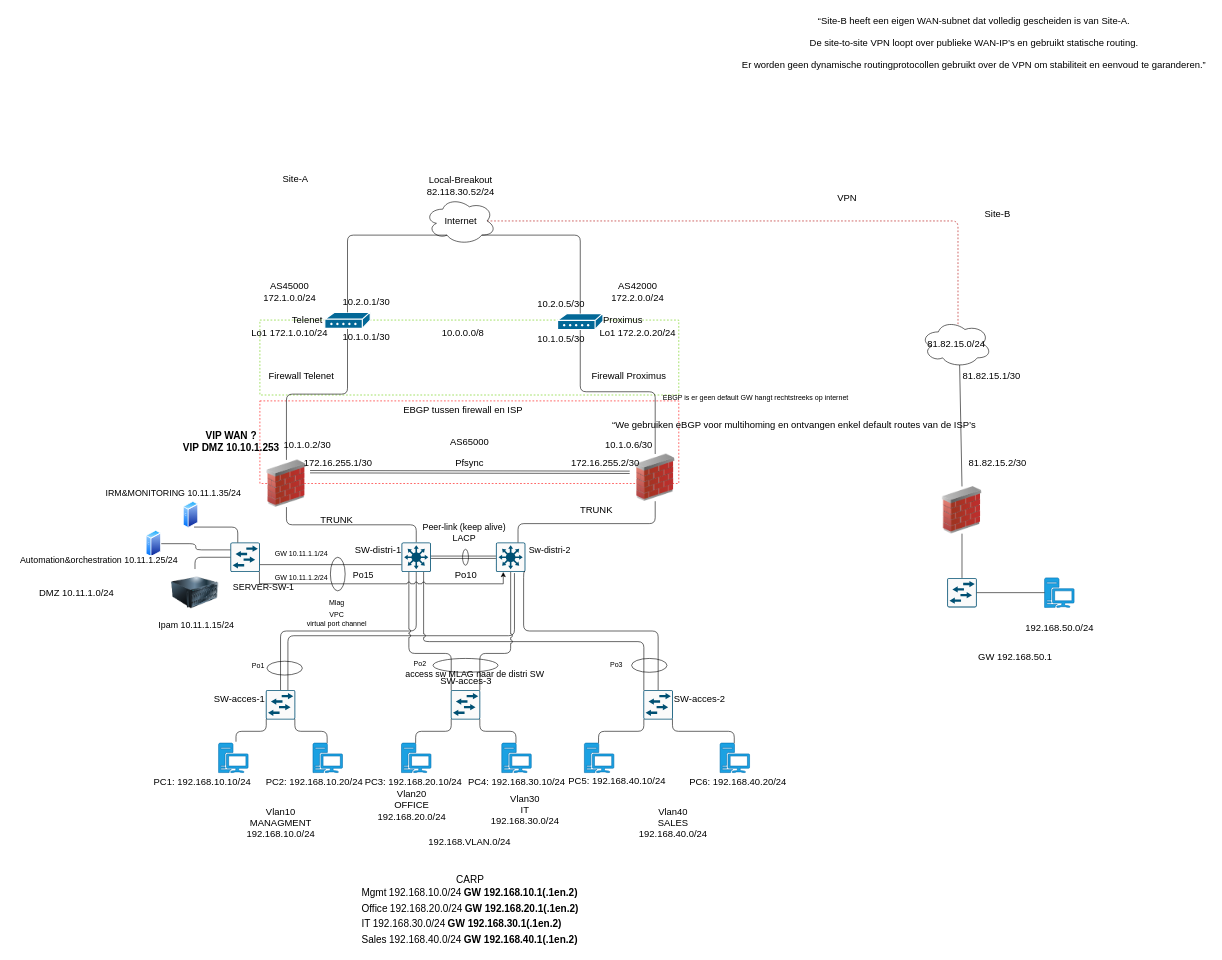
This is page "eindwerk" (1 of 2) of Eindwerk.drawio from S-Eris/Network-Engineer-Eindproef, a draw.io file, before an edit. Source tidied: cells renumbered, new cells numbered last; positions are measured from the earlier drawing's top-left corner, leaving out a move shared by most shapes. Both pictures are drawn from the tidied source at 59%, with x=0, y=0 at pixel (10, 10).
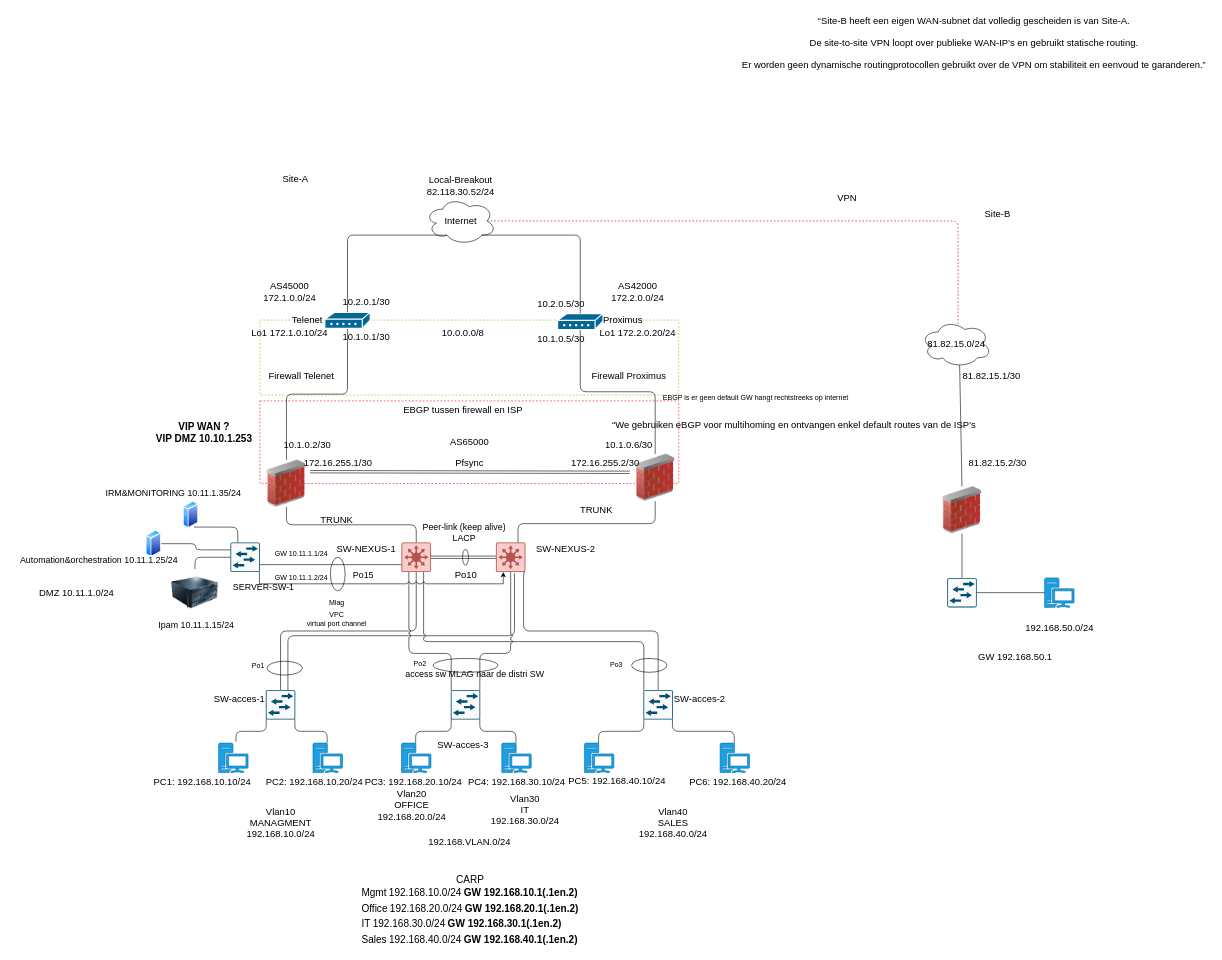
The same page after the edit.

What changed in the source:
```diff
@@
-    <mxCell id="17" style="sketch=0;points=[[0.015,0.015,0],[0.985,0.015,0],[0.985,0.985,0],[0.015,0.985,0],[0.25,0,0],[0.5,0,0],[0.75,0,0],[1,0.25,0],[1,0.5,0],[1,0.75,0],[0.75,1,0],[0.5,1,0],[0.25,1,0],[0,0.75,0],[0,0.5,0],[0,0.25,0]];verticalLabelPosition=bottom;html=1;verticalAlign=top;align=center;shape=mxgraph.cisco19.rect;prIcon=l3_switch;fillColor=#FAFAFA;strokeColor=#005073;fontSize=16;" parent="1" vertex="1">
+    <mxCell id="17" style="sketch=0;points=[[0.015,0.015,0],[0.985,0.015,0],[0.985,0.985,0],[0.015,0.985,0],[0.25,0,0],[0.5,0,0],[0.75,0,0],[1,0.25,0],[1,0.5,0],[1,0.75,0],[0.75,1,0],[0.5,1,0],[0.25,1,0],[0,0.75,0],[0,0.5,0],[0,0.25,0]];verticalLabelPosition=bottom;html=1;verticalAlign=top;align=center;shape=mxgraph.cisco19.rect;prIcon=l3_switch;fillColor=#f8cecc;strokeColor=#b85450;fontSize=16;" parent="1" vertex="1">
       <mxGeometry x="663" y="902" width="50" height="50" as="geometry" />
     </mxCell>
-    <mxCell id="18" style="sketch=0;points=[[0.015,0.015,0],[0.985,0.015,0],[0.985,0.985,0],[0.015,0.985,0],[0.25,0,0],[0.5,0,0],[0.75,0,0],[1,0.25,0],[1,0.5,0],[1,0.75,0],[0.75,1,0],[0.5,1,0],[0.25,1,0],[0,0.75,0],[0,0.5,0],[0,0.25,0]];verticalLabelPosition=bottom;html=1;verticalAlign=top;align=center;shape=mxgraph.cisco19.rect;prIcon=l3_switch;fillColor=#FAFAFA;strokeColor=#005073;fontSize=16;" parent="1" vertex="1">
+    <mxCell id="18" style="sketch=0;points=[[0.015,0.015,0],[0.985,0.015,0],[0.985,0.985,0],[0.015,0.985,0],[0.25,0,0],[0.5,0,0],[0.75,0,0],[1,0.25,0],[1,0.5,0],[1,0.75,0],[0.75,1,0],[0.5,1,0],[0.25,1,0],[0,0.75,0],[0,0.5,0],[0,0.25,0]];verticalLabelPosition=bottom;html=1;verticalAlign=top;align=center;shape=mxgraph.cisco19.rect;prIcon=l3_switch;fillColor=#f8cecc;strokeColor=#b85450;fontSize=16;" parent="1" vertex="1">
       <mxGeometry x="823" y="902" width="50" height="50" as="geometry" />
     </mxCell>
-    <mxCell id="19" value="SW-distri-1" style="text;html=1;align=center;verticalAlign=middle;strokeColor=none;fillColor=none;fontSize=16;" parent="1" vertex="1">
-      <mxGeometry x="573" y="900" width="100" height="30" as="geometry" />
+    <mxCell id="19" value="SW-NEXUS-1" style="text;html=1;align=center;verticalAlign=middle;strokeColor=none;fillColor=none;fontSize=16;" parent="1" vertex="1">
+      <mxGeometry x="535.5" y="897" width="135" height="30" as="geometry" />
     </mxCell>
-    <mxCell id="20" value="Sw-distri&lt;span style=&quot;background-color: transparent; color: light-dark(rgb(0, 0, 0), rgb(255, 255, 255));&quot;&gt;-2&lt;/span&gt;" style="text;html=1;align=center;verticalAlign=middle;strokeColor=none;fillColor=none;fontSize=15;" parent="1" vertex="1">
-      <mxGeometry x="861" y="900" width="105" height="30" as="geometry" />
+    <mxCell id="20" value="&lt;span style=&quot;font-size: 16px;&quot;&gt;SW-NEXUS-2&lt;/span&gt;" style="text;html=1;align=center;verticalAlign=middle;strokeColor=none;fillColor=none;fontSize=15;" parent="1" vertex="1">
+      <mxGeometry x="873" y="897" width="135" height="30" as="geometry" />
     </mxCell>
@@
     <mxCell id="54" value="SW-acces-3" style="text;html=1;align=center;verticalAlign=middle;strokeColor=none;fillColor=none;fontSize=16;" parent="1" vertex="1">
-      <mxGeometry x="716.5" y="1122" width="110" height="30" as="geometry" />
+      <mxGeometry x="711.5" y="1230" width="110" height="30" as="geometry" />
     </mxCell>
@@
     <mxCell id="123" value="&lt;font&gt;VIP WAN ?&lt;/font&gt;&lt;div&gt;&lt;font&gt;VIP DMZ 10.10.1.253&lt;/font&gt;&lt;/div&gt;" style="text;html=1;align=center;verticalAlign=middle;strokeColor=none;fillColor=none;fontSize=17;fontStyle=1;" parent="1" vertex="1">
-      <mxGeometry x="276" y="702" width="195" height="60" as="geometry" />
+      <mxGeometry x="230" y="687" width="195" height="60" as="geometry" />
     </mxCell>
```
